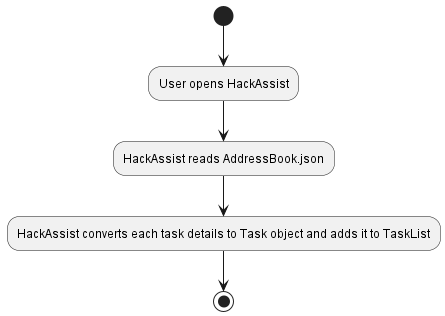
nus-cs2103-AY2223S1/tp keeps this PlantUML diagram as docs/images/StorageReadActivityDiagram.png. Above is the earlier version.
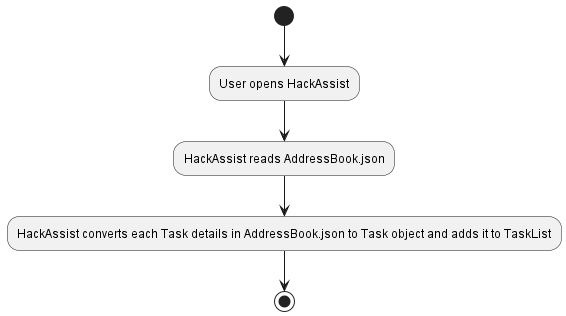
Later version of the same file.

Change to the diagram source:
```diff
@@ -2,7 +2,7 @@
 
 (*) --> "User opens HackAssist"
 "User opens HackAssist" --> "HackAssist reads AddressBook.json"
-"HackAssist reads AddressBook.json" --> "HackAssist converts each task details to Task object and adds it to TaskList"
-"HackAssist converts each task details to Task object and adds it to TaskList" --> (*)
+"HackAssist reads AddressBook.json" --> "HackAssist converts each Task details in AddressBook.json to Task object and adds it to TaskList"
+"HackAssist converts each Task details in AddressBook.json to Task object and adds it to TaskList" --> (*)
 
 @enduml
```
